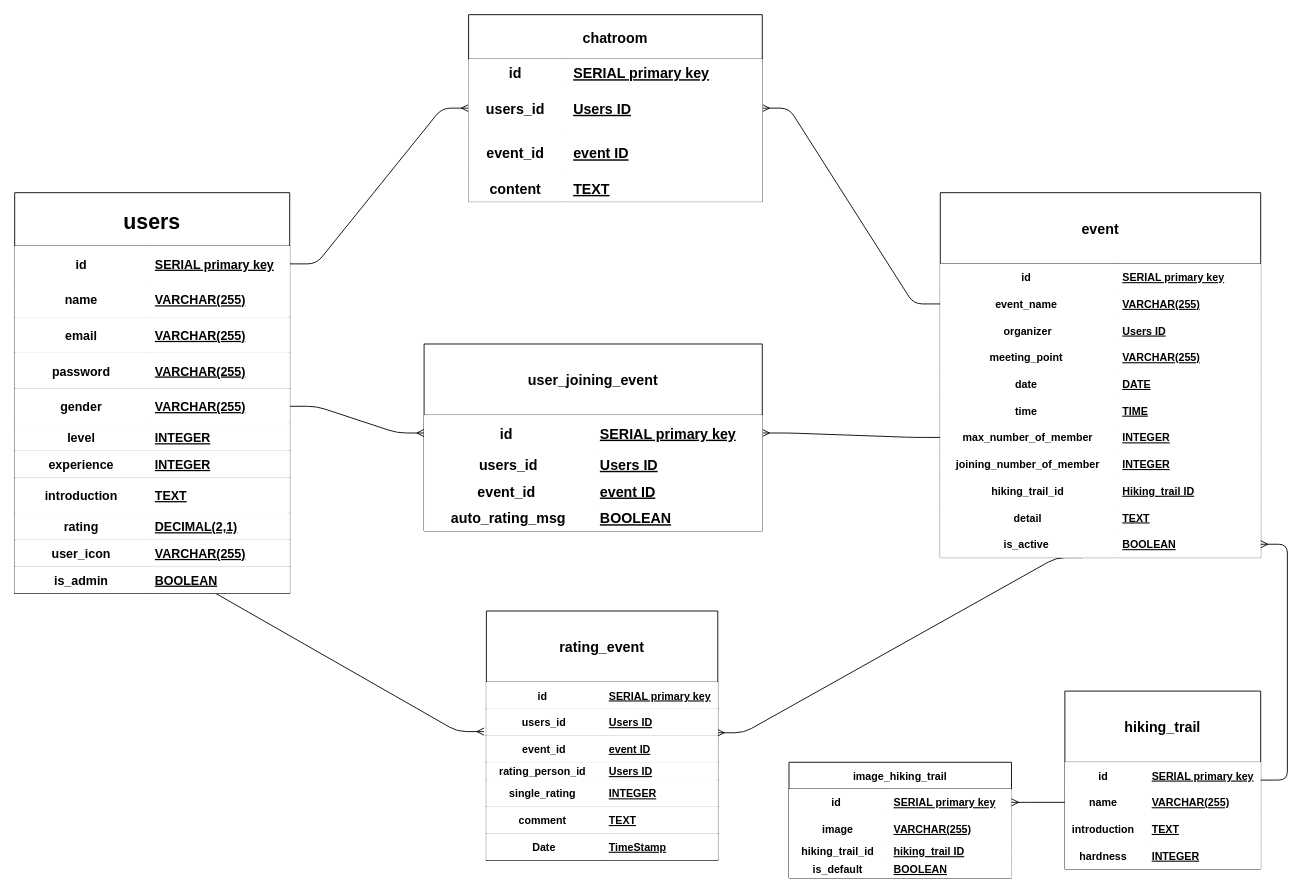
Above: ERD/ERD.drawio in timven2004/letsHike (draw.io), before the change. Source tidied: cells renumbered, new cells numbered last; positions are measured from the earlier drawing's top-left corner, leaving out a move shared by most shapes. Both pictures are drawn from the tidied source at 89%, with x=0, y=0 at pixel (14, 14).
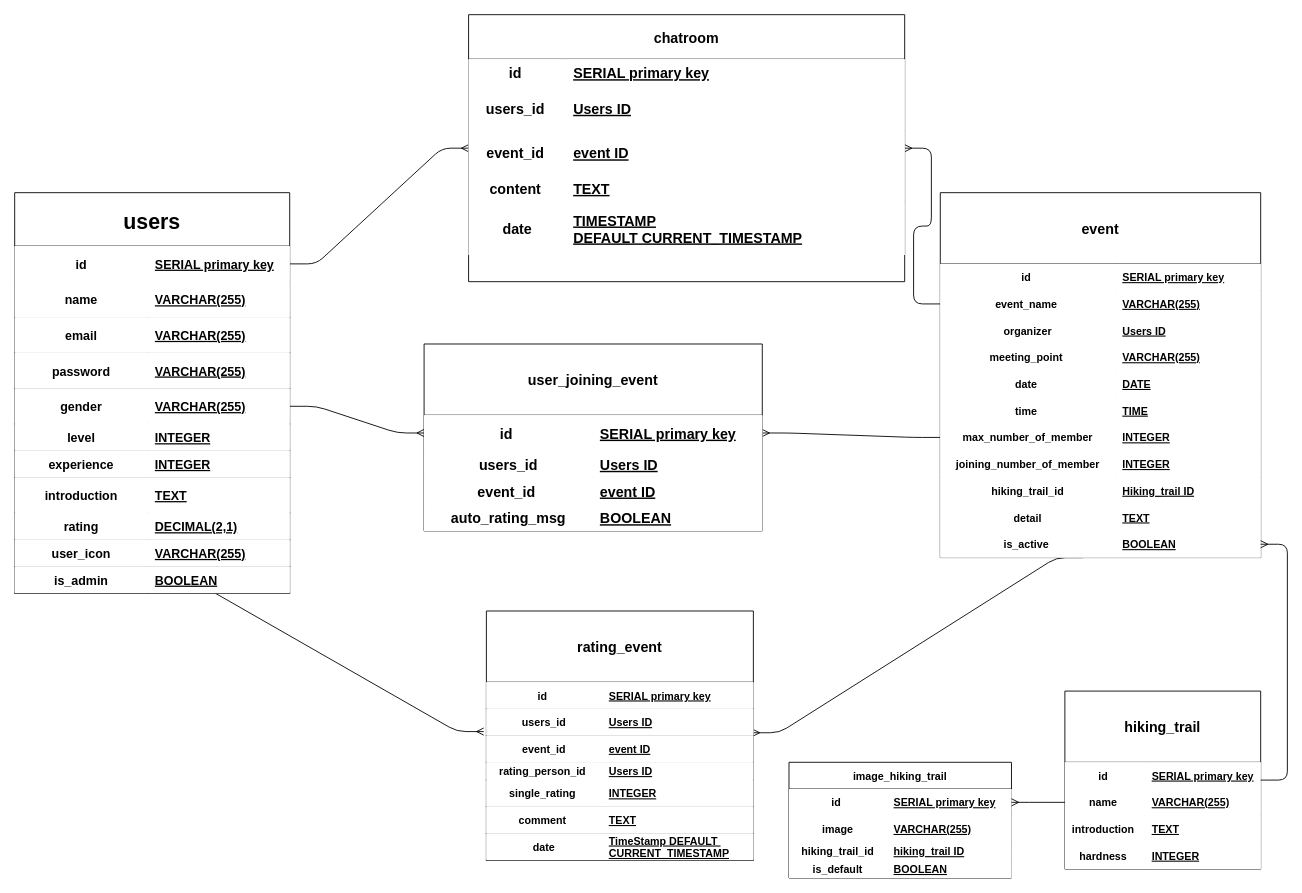
After the change.

Diff of the diagram source:
```diff
@@
     <mxCell id="42" value="chatroom" style="shape=table;startSize=50;childLayout=tableLayout;rowLines=0;fontStyle=1;align=center;strokeColor=#000000;gradientColor=none;fontSize=16;" parent="1" vertex="1">
-      <mxGeometry x="510" width="330" height="210" as="geometry" />
+      <mxGeometry x="510" width="490" height="300" as="geometry" />
     </mxCell>
     <mxCell id="43" style="shape=partialRectangle;top=0;left=0;bottom=0;right=0;fontSize=16;" parent="42" vertex="1">
-      <mxGeometry y="50" width="330" height="30" as="geometry" />
+      <mxGeometry y="50" width="490" height="30" as="geometry" />
     </mxCell>
@@
     <mxCell id="45" value="SERIAL primary key" style="shape=partialRectangle;top=0;left=0;bottom=0;right=0;align=left;spacingLeft=6;fontStyle=5;overflow=hidden;fontSize=16;" parent="43" vertex="1">
-      <mxGeometry x="110" width="220" height="30" as="geometry" />
+      <mxGeometry x="110" width="380" height="30" as="geometry" />
     </mxCell>
     <mxCell id="46" style="shape=partialRectangle;top=0;left=0;bottom=0;right=0;fontSize=16;" parent="42" vertex="1">
-      <mxGeometry y="80" width="330" height="50" as="geometry" />
+      <mxGeometry y="80" width="490" height="50" as="geometry" />
     </mxCell>
@@
     <mxCell id="48" value="Users ID" style="shape=partialRectangle;top=0;left=0;bottom=0;right=0;align=left;spacingLeft=6;fontStyle=5;overflow=hidden;fontSize=16;" parent="46" vertex="1">
-      <mxGeometry x="110" width="220" height="50" as="geometry" />
+      <mxGeometry x="110" width="380" height="50" as="geometry" />
     </mxCell>
     <mxCell id="49" style="shape=partialRectangle;top=0;left=0;bottom=0;right=0;fontSize=16;" parent="42" vertex="1">
-      <mxGeometry y="130" width="330" height="50" as="geometry" />
+      <mxGeometry y="130" width="490" height="50" as="geometry" />
     </mxCell>
@@
     <mxCell id="51" value="event ID" style="shape=partialRectangle;top=0;left=0;bottom=0;right=0;align=left;spacingLeft=6;fontStyle=5;overflow=hidden;fontSize=16;" parent="49" vertex="1">
-      <mxGeometry x="110" width="220" height="50" as="geometry" />
+      <mxGeometry x="110" width="380" height="50" as="geometry" />
     </mxCell>
     <mxCell id="52" style="shape=partialRectangle;top=0;left=0;bottom=0;right=0;fontSize=16;" parent="42" vertex="1">
-      <mxGeometry y="180" width="330" height="30" as="geometry" />
+      <mxGeometry y="180" width="490" height="30" as="geometry" />
     </mxCell>
@@
     <mxCell id="54" value="TEXT" style="shape=partialRectangle;top=0;left=0;bottom=0;right=0;align=left;spacingLeft=6;fontStyle=5;overflow=hidden;fontSize=16;" parent="52" vertex="1">
-      <mxGeometry x="110" width="220" height="30" as="geometry" />
+      <mxGeometry x="110" width="380" height="30" as="geometry" />
     </mxCell>
+    <mxCell id="152" style="shape=partialRectangle;top=0;left=0;bottom=0;right=0;fontSize=16;" parent="42" vertex="1">
+      <mxGeometry y="210" width="490" height="60" as="geometry" />
+    </mxCell>
+    <mxCell id="153" value="date" style="shape=partialRectangle;top=0;left=0;bottom=0;right=0;fontStyle=1;overflow=hidden;fontSize=16;" parent="152" vertex="1">
+      <mxGeometry width="110" height="60" as="geometry" />
+    </mxCell>
+    <mxCell id="154" value="TIMESTAMP &#10;DEFAULT CURRENT_TIMESTAMP" style="shape=partialRectangle;top=0;left=0;bottom=0;right=0;align=left;spacingLeft=6;fontStyle=5;overflow=hidden;fontSize=16;" parent="152" vertex="1">
+      <mxGeometry x="110" width="380" height="60" as="geometry" />
+    </mxCell>
@@
     <mxCell id="68" value="rating_event" style="shape=table;startSize=80;childLayout=tableLayout;rowLines=0;fontStyle=1;align=center;strokeColor=#000000;gradientColor=none;fontSize=16;" parent="1" vertex="1">
-      <mxGeometry x="530" y="670" width="260" height="280" as="geometry" />
+      <mxGeometry x="530" y="670" width="300" height="280" as="geometry" />
     </mxCell>
     <mxCell id="69" style="shape=partialRectangle;top=0;left=0;bottom=1;right=0;" parent="68" vertex="1">
-      <mxGeometry y="80" width="260" height="30" as="geometry" />
+      <mxGeometry y="80" width="300" height="30" as="geometry" />
     </mxCell>
@@
     <mxCell id="71" value="SERIAL primary key" style="shape=partialRectangle;top=0;left=0;bottom=0;right=0;align=left;spacingLeft=6;fontStyle=5;overflow=hidden;" parent="69" vertex="1">
-      <mxGeometry x="130" width="130" height="30" as="geometry" />
+      <mxGeometry x="130" width="170" height="30" as="geometry" />
     </mxCell>
     <mxCell id="72" style="shape=partialRectangle;top=0;left=0;bottom=1;right=0;points=[[0,0.5],[1,0.5]];portConstraint=eastwest;" parent="68" vertex="1">
-      <mxGeometry y="110" width="260" height="30" as="geometry" />
+      <mxGeometry y="110" width="300" height="30" as="geometry" />
     </mxCell>
@@
     <mxCell id="74" value="Users ID" style="shape=partialRectangle;top=0;left=0;bottom=0;right=0;align=left;spacingLeft=6;fontStyle=5;overflow=hidden;" parent="72" vertex="1">
-      <mxGeometry x="130" width="130" height="30" as="geometry" />
+      <mxGeometry x="130" width="170" height="30" as="geometry" />
     </mxCell>
     <mxCell id="75" style="shape=partialRectangle;top=0;left=0;bottom=1;right=0;points=[[0,0.5],[1,0.5]];portConstraint=eastwest;" parent="68" vertex="1">
-      <mxGeometry y="140" width="260" height="30" as="geometry" />
+      <mxGeometry y="140" width="300" height="30" as="geometry" />
     </mxCell>
@@
     <mxCell id="77" value="event ID" style="shape=partialRectangle;top=0;left=0;bottom=0;right=0;align=left;spacingLeft=6;fontStyle=5;overflow=hidden;" parent="75" vertex="1">
-      <mxGeometry x="130" width="130" height="30" as="geometry" />
+      <mxGeometry x="130" width="170" height="30" as="geometry" />
     </mxCell>
     <mxCell id="78" style="shape=partialRectangle;top=0;left=0;bottom=1;right=0;" parent="68" vertex="1">
-      <mxGeometry y="170" width="260" height="20" as="geometry" />
+      <mxGeometry y="170" width="300" height="20" as="geometry" />
     </mxCell>
@@
     <mxCell id="80" value="Users ID" style="shape=partialRectangle;top=0;left=0;bottom=0;right=0;align=left;spacingLeft=6;fontStyle=5;overflow=hidden;" parent="78" vertex="1">
-      <mxGeometry x="130" width="130" height="20" as="geometry" />
+      <mxGeometry x="130" width="170" height="20" as="geometry" />
     </mxCell>
     <mxCell id="81" style="shape=partialRectangle;top=0;left=0;bottom=1;right=0;" parent="68" vertex="1">
-      <mxGeometry y="190" width="260" height="30" as="geometry" />
+      <mxGeometry y="190" width="300" height="30" as="geometry" />
     </mxCell>
@@
     <mxCell id="83" value="INTEGER" style="shape=partialRectangle;top=0;left=0;bottom=0;right=0;align=left;spacingLeft=6;fontStyle=5;overflow=hidden;" parent="81" vertex="1">
-      <mxGeometry x="130" width="130" height="30" as="geometry" />
+      <mxGeometry x="130" width="170" height="30" as="geometry" />
     </mxCell>
     <mxCell id="84" style="shape=partialRectangle;top=0;left=0;bottom=1;right=0;" parent="68" vertex="1">
-      <mxGeometry y="220" width="260" height="30" as="geometry" />
+      <mxGeometry y="220" width="300" height="30" as="geometry" />
     </mxCell>
@@
     <mxCell id="86" value="TEXT" style="shape=partialRectangle;top=0;left=0;bottom=0;right=0;align=left;spacingLeft=6;fontStyle=5;overflow=hidden;" parent="84" vertex="1">
-      <mxGeometry x="130" width="130" height="30" as="geometry" />
+      <mxGeometry x="130" width="170" height="30" as="geometry" />
     </mxCell>
     <mxCell id="87" style="shape=partialRectangle;top=0;left=0;bottom=1;right=0;" parent="68" vertex="1">
-      <mxGeometry y="250" width="260" height="30" as="geometry" />
+      <mxGeometry y="250" width="300" height="30" as="geometry" />
     </mxCell>
-    <mxCell id="88" value="Date" style="shape=partialRectangle;top=0;left=0;bottom=0;right=0;fontStyle=1;overflow=hidden;" parent="87" vertex="1">
+    <mxCell id="88" value="date" style="shape=partialRectangle;top=0;left=0;bottom=0;right=0;fontStyle=1;overflow=hidden;" parent="87" vertex="1">
       <mxGeometry width="130" height="30" as="geometry" />
     </mxCell>
-    <mxCell id="89" value="TimeStamp" style="shape=partialRectangle;top=0;left=0;bottom=0;right=0;align=left;spacingLeft=6;fontStyle=5;overflow=hidden;" parent="87" vertex="1">
-      <mxGeometry x="130" width="130" height="30" as="geometry" />
+    <mxCell id="89" value="TimeStamp DEFAULT &#10;CURRENT_TIMESTAMP" style="shape=partialRectangle;top=0;left=0;bottom=0;right=0;align=left;spacingLeft=6;fontStyle=5;overflow=hidden;" parent="87" vertex="1">
+      <mxGeometry x="130" width="170" height="30" as="geometry" />
     </mxCell>
```
